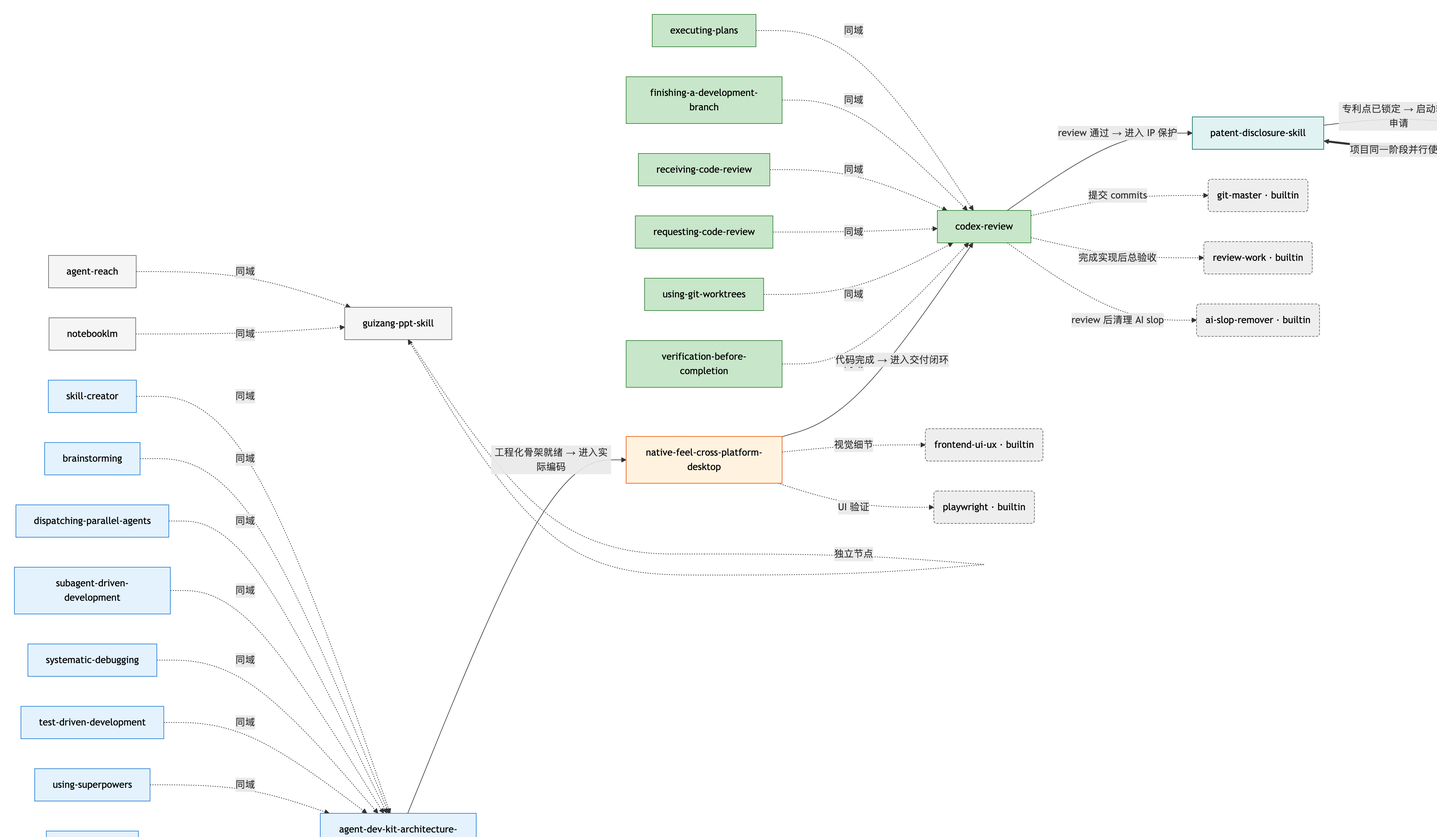
This is data-mirror/skills-graph.png from zjgulai/Agent_skills, a Mermaid export, as it was before one commit. Its source is kept beside it as data-mirror/skills-graph.mmd.
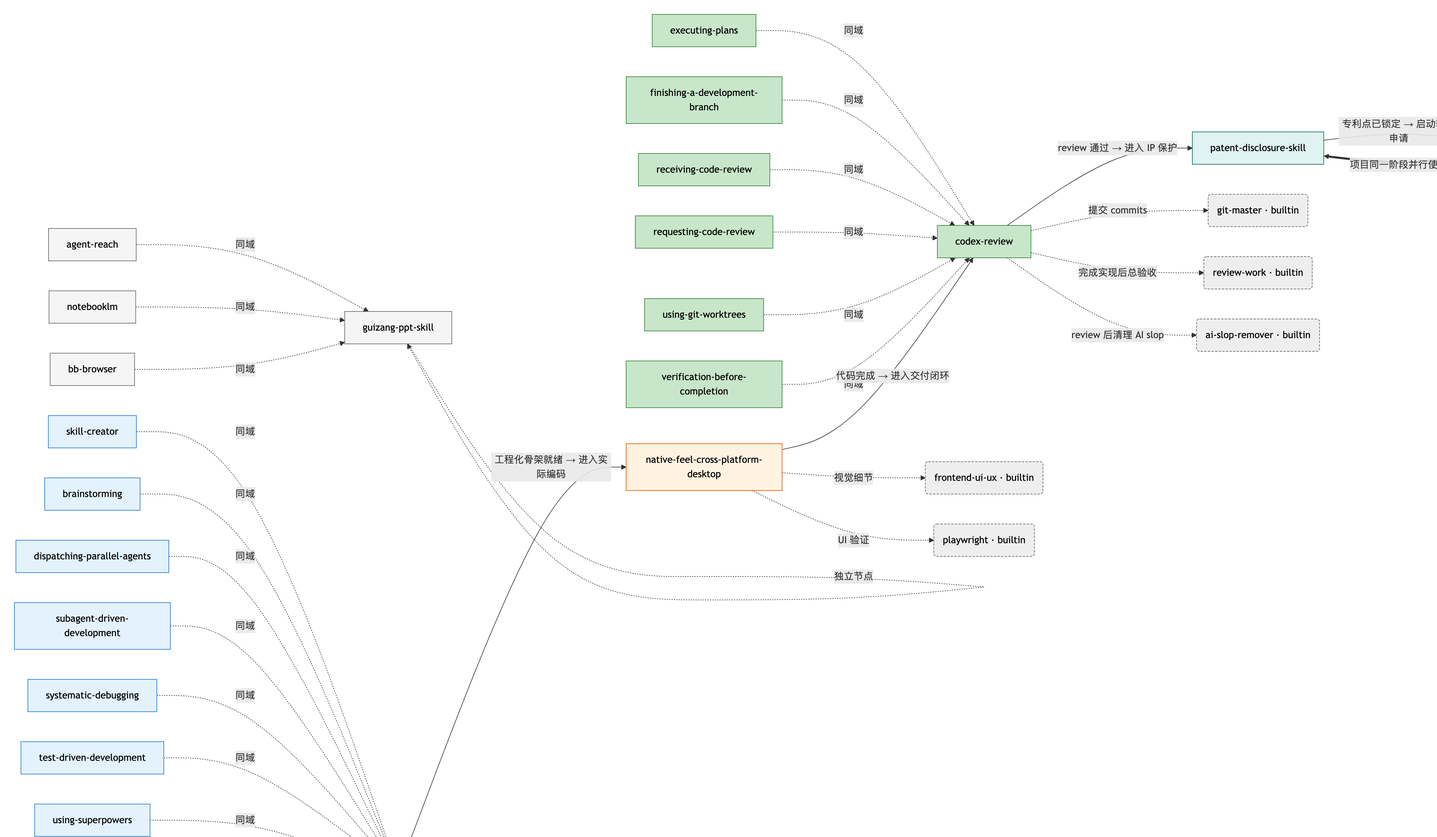
The same diagram one commit later.

Commit message:
feat(skills): add bb-browser (tooling, State 6)

Diff of the diagram source:
```diff
@@ -42,6 +42,9 @@
 
     N[notebooklm]:::toolingDomain
 
+
+    BB[bb-browser]:::toolingDomain
+
     GM(git-master · builtin):::builtin
     RW(review-work · builtin):::builtin
     ASR(ai-slop-remover · builtin):::builtin
@@ -65,6 +68,7 @@
     WP -. "同域" .-> ADK
     WS -. "同域" .-> ADK
     N -. "同域" .-> GPS
+    BB -. "同域" .-> GPS
 
 
     SPT -- "idea 通过压力测试 → 进入工程化" --> ADK
```
